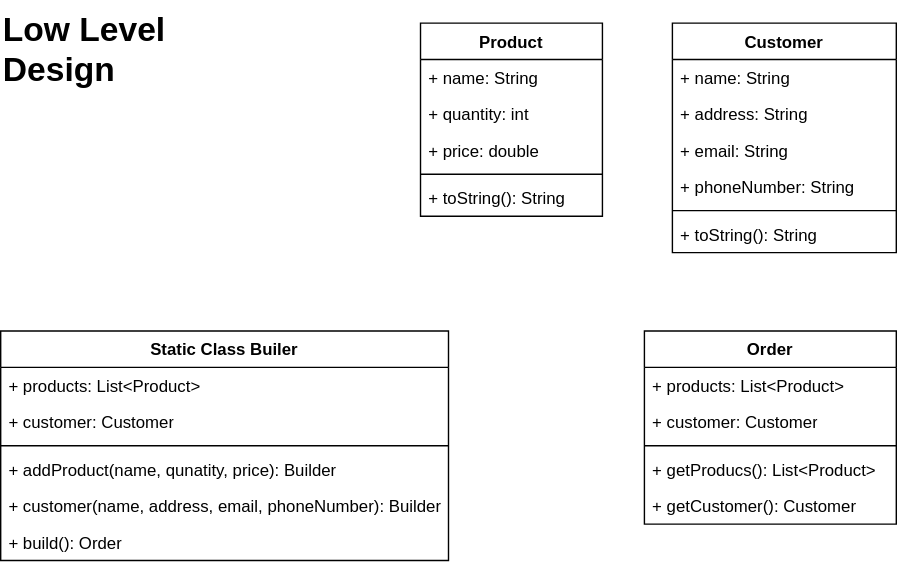
The draw.io diagram OnlineShoppingSystem.drawio.svg in uchiharizvi/design-diagrams, before a commit. Source tidied: cells renumbered, new cells last; positions are measured from the earlier drawing's top-left corner, leaving out a move shared by most shapes. Source of this version:
```xml
<mxGraphModel>
  <root>
    <mxCell id="0" />
    <mxCell id="1" parent="0" />
    <mxCell id="2" value="&lt;h1 style=&quot;margin-top: 0px;&quot;&gt;Low Level Design&lt;/h1&gt;&lt;p&gt;&lt;br&gt;&lt;/p&gt;" style="text;html=1;whiteSpace=wrap;overflow=hidden;rounded=0;" parent="1" vertex="1">
      <mxGeometry width="180" height="66" as="geometry" />
    </mxCell>
    <mxCell id="3" value="Static Class Builer" style="swimlane;fontStyle=1;align=center;verticalAlign=top;horizontal=1;startSize=26;whiteSpace=wrap;html=1;" parent="1" vertex="1">
      <mxGeometry y="236" width="320" height="164" as="geometry" />
    </mxCell>
    <mxCell id="4" value="+ products: List&amp;lt;Product&amp;gt;" style="text;strokeColor=none;fillColor=none;align=left;verticalAlign=top;spacingLeft=4;spacingRight=4;overflow=hidden;whiteSpace=wrap;html=1;" parent="3" vertex="1">
      <mxGeometry y="26" width="320" height="26" as="geometry" />
    </mxCell>
    <mxCell id="5" value="+ customer: Customer" style="text;strokeColor=none;fillColor=none;align=left;verticalAlign=top;spacingLeft=4;spacingRight=4;overflow=hidden;whiteSpace=wrap;html=1;" parent="3" vertex="1">
      <mxGeometry y="52" width="320" height="26" as="geometry" />
    </mxCell>
    <mxCell id="6" style="line;strokeWidth=1;fillColor=none;align=left;verticalAlign=middle;spacingTop=-1;spacingLeft=3;spacingRight=3;labelPosition=right;strokeColor=inherit;" parent="3" vertex="1">
      <mxGeometry y="78" width="320" height="8" as="geometry" />
    </mxCell>
    <mxCell id="7" value="+ addProduct(name, qunatity, price): Builder" style="text;strokeColor=none;fillColor=none;align=left;verticalAlign=top;spacingLeft=4;spacingRight=4;overflow=hidden;points=[[0,0.5],[1,0.5]];portConstraint=eastwest;whiteSpace=wrap;html=1;" parent="3" vertex="1">
      <mxGeometry y="86" width="320" height="26" as="geometry" />
    </mxCell>
    <mxCell id="8" value="+ customer(name, address, email, phoneNumber): Builder" style="text;strokeColor=none;fillColor=none;align=left;verticalAlign=top;spacingLeft=4;spacingRight=4;overflow=hidden;points=[[0,0.5],[1,0.5]];portConstraint=eastwest;whiteSpace=wrap;html=1;" parent="3" vertex="1">
      <mxGeometry y="112" width="320" height="26" as="geometry" />
    </mxCell>
    <mxCell id="9" value="+ build(): Order" style="text;strokeColor=none;fillColor=none;align=left;verticalAlign=top;spacingLeft=4;spacingRight=4;overflow=hidden;points=[[0,0.5],[1,0.5]];portConstraint=eastwest;whiteSpace=wrap;html=1;" parent="3" vertex="1">
      <mxGeometry y="138" width="320" height="26" as="geometry" />
    </mxCell>
    <mxCell id="10" value="Product" style="swimlane;fontStyle=1;align=center;verticalAlign=top;horizontal=1;startSize=26;whiteSpace=wrap;html=1;" parent="1" vertex="1">
      <mxGeometry x="300" y="16" width="130" height="138" as="geometry" />
    </mxCell>
    <mxCell id="11" value="+ name: String" style="text;strokeColor=none;fillColor=none;align=left;verticalAlign=top;spacingLeft=4;spacingRight=4;overflow=hidden;whiteSpace=wrap;html=1;" parent="10" vertex="1">
      <mxGeometry y="26" width="130" height="26" as="geometry" />
    </mxCell>
    <mxCell id="12" value="+ quantity: int" style="text;strokeColor=none;fillColor=none;align=left;verticalAlign=top;spacingLeft=4;spacingRight=4;overflow=hidden;whiteSpace=wrap;html=1;" parent="10" vertex="1">
      <mxGeometry y="52" width="130" height="26" as="geometry" />
    </mxCell>
    <mxCell id="13" value="+ price: double" style="text;strokeColor=none;fillColor=none;align=left;verticalAlign=top;spacingLeft=4;spacingRight=4;overflow=hidden;points=[[0,0.5],[1,0.5]];portConstraint=eastwest;whiteSpace=wrap;html=1;" parent="10" vertex="1">
      <mxGeometry y="78" width="130" height="26" as="geometry" />
    </mxCell>
    <mxCell id="14" style="line;strokeWidth=1;fillColor=none;align=left;verticalAlign=middle;spacingTop=-1;spacingLeft=3;spacingRight=3;labelPosition=right;strokeColor=inherit;" parent="10" vertex="1">
      <mxGeometry y="104" width="130" height="8" as="geometry" />
    </mxCell>
    <mxCell id="15" value="+ toString(): String" style="text;strokeColor=none;fillColor=none;align=left;verticalAlign=top;spacingLeft=4;spacingRight=4;overflow=hidden;points=[[0,0.5],[1,0.5]];portConstraint=eastwest;whiteSpace=wrap;html=1;" parent="10" vertex="1">
      <mxGeometry y="112" width="130" height="26" as="geometry" />
    </mxCell>
    <mxCell id="16" value="Customer" style="swimlane;fontStyle=1;align=center;verticalAlign=top;horizontal=1;startSize=26;whiteSpace=wrap;html=1;" parent="1" vertex="1">
      <mxGeometry x="480" y="16" width="160" height="164" as="geometry" />
    </mxCell>
    <mxCell id="17" value="+ name: String" style="text;strokeColor=none;fillColor=none;align=left;verticalAlign=top;spacingLeft=4;spacingRight=4;overflow=hidden;whiteSpace=wrap;html=1;" parent="16" vertex="1">
      <mxGeometry y="26" width="160" height="26" as="geometry" />
    </mxCell>
    <mxCell id="18" value="+ address: String" style="text;strokeColor=none;fillColor=none;align=left;verticalAlign=top;spacingLeft=4;spacingRight=4;overflow=hidden;whiteSpace=wrap;html=1;" parent="16" vertex="1">
      <mxGeometry y="52" width="160" height="26" as="geometry" />
    </mxCell>
    <mxCell id="19" value="+ email: String" style="text;strokeColor=none;fillColor=none;align=left;verticalAlign=top;spacingLeft=4;spacingRight=4;overflow=hidden;points=[[0,0.5],[1,0.5]];portConstraint=eastwest;whiteSpace=wrap;html=1;" parent="16" vertex="1">
      <mxGeometry y="78" width="160" height="26" as="geometry" />
    </mxCell>
    <mxCell id="20" value="+ phoneNumber: String" style="text;strokeColor=none;fillColor=none;align=left;verticalAlign=top;spacingLeft=4;spacingRight=4;overflow=hidden;whiteSpace=wrap;html=1;" parent="16" vertex="1">
      <mxGeometry y="104" width="160" height="26" as="geometry" />
    </mxCell>
    <mxCell id="21" style="line;strokeWidth=1;fillColor=none;align=left;verticalAlign=middle;spacingTop=-1;spacingLeft=3;spacingRight=3;labelPosition=right;strokeColor=inherit;" parent="16" vertex="1">
      <mxGeometry y="130" width="160" height="8" as="geometry" />
    </mxCell>
    <mxCell id="22" value="+ toString(): String" style="text;strokeColor=none;fillColor=none;align=left;verticalAlign=top;spacingLeft=4;spacingRight=4;overflow=hidden;points=[[0,0.5],[1,0.5]];portConstraint=eastwest;whiteSpace=wrap;html=1;" parent="16" vertex="1">
      <mxGeometry y="138" width="160" height="26" as="geometry" />
    </mxCell>
    <mxCell id="23" value="Order" style="swimlane;fontStyle=1;align=center;verticalAlign=top;horizontal=1;startSize=26;whiteSpace=wrap;html=1;" parent="1" vertex="1">
      <mxGeometry x="460" y="236" width="180" height="138" as="geometry" />
    </mxCell>
    <mxCell id="24" value="+ products: List&amp;lt;Product&amp;gt;" style="text;strokeColor=none;fillColor=none;align=left;verticalAlign=top;spacingLeft=4;spacingRight=4;overflow=hidden;whiteSpace=wrap;html=1;" parent="23" vertex="1">
      <mxGeometry y="26" width="180" height="26" as="geometry" />
    </mxCell>
    <mxCell id="25" value="+ customer: Customer" style="text;strokeColor=none;fillColor=none;align=left;verticalAlign=top;spacingLeft=4;spacingRight=4;overflow=hidden;points=[[0,0.5],[1,0.5]];portConstraint=eastwest;whiteSpace=wrap;html=1;" parent="23" vertex="1">
      <mxGeometry y="52" width="180" height="26" as="geometry" />
    </mxCell>
    <mxCell id="26" style="line;strokeWidth=1;fillColor=none;align=left;verticalAlign=middle;spacingTop=-1;spacingLeft=3;spacingRight=3;labelPosition=right;strokeColor=inherit;" parent="23" vertex="1">
      <mxGeometry y="78" width="180" height="8" as="geometry" />
    </mxCell>
    <mxCell id="27" value="+ getProducs(): List&amp;lt;Product&amp;gt;" style="text;strokeColor=none;fillColor=none;align=left;verticalAlign=top;spacingLeft=4;spacingRight=4;overflow=hidden;points=[[0,0.5],[1,0.5]];portConstraint=eastwest;whiteSpace=wrap;html=1;" parent="23" vertex="1">
      <mxGeometry y="86" width="180" height="26" as="geometry" />
    </mxCell>
    <mxCell id="28" value="+ getCustomer(): Customer" style="text;strokeColor=none;fillColor=none;align=left;verticalAlign=top;spacingLeft=4;spacingRight=4;overflow=hidden;points=[[0,0.5],[1,0.5]];portConstraint=eastwest;whiteSpace=wrap;html=1;" parent="23" vertex="1">
      <mxGeometry y="112" width="180" height="26" as="geometry" />
    </mxCell>
  </root>
</mxGraphModel>
```
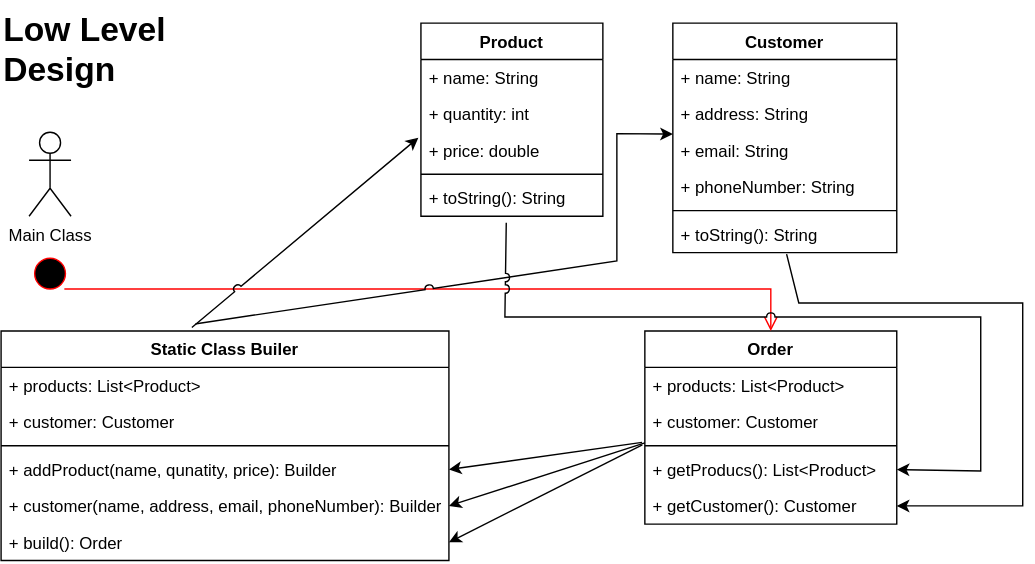
Later version of the same file.

Diff of the diagram source:
```diff
@@ -83,5 +83,59 @@
     <mxCell id="28" value="+ getCustomer(): Customer" style="text;strokeColor=none;fillColor=none;align=left;verticalAlign=top;spacingLeft=4;spacingRight=4;overflow=hidden;points=[[0,0.5],[1,0.5]];portConstraint=eastwest;whiteSpace=wrap;html=1;" parent="23" vertex="1">
       <mxGeometry y="112" width="180" height="26" as="geometry" />
     </mxCell>
+    <mxCell id="29" value="Main Class" style="shape=umlActor;verticalLabelPosition=bottom;verticalAlign=top;html=1;" parent="1" vertex="1">
+      <mxGeometry x="20" y="94" width="30" height="60" as="geometry" />
+    </mxCell>
+    <mxCell id="30" style="ellipse;html=1;shape=startState;fillColor=#000000;strokeColor=#ff0000;" parent="1" vertex="1">
+      <mxGeometry x="20" y="180" width="30" height="30" as="geometry" />
+    </mxCell>
+    <mxCell id="31" style="edgeStyle=orthogonalEdgeStyle;html=1;verticalAlign=bottom;endArrow=open;endSize=8;strokeColor=#ff0000;rounded=0;entryX=0.5;entryY=0;entryDx=0;entryDy=0;" parent="1" edge="1" source="30" target="23">
+      <mxGeometry relative="1" as="geometry">
+        <Array as="points">
+          <mxPoint x="90" y="206" />
+          <mxPoint x="550" y="206" />
+        </Array>
+      </mxGeometry>
+    </mxCell>
+    <mxCell id="32" style="endArrow=classic;html=1;rounded=0;exitX=-0.011;exitY=1.062;exitDx=0;exitDy=0;exitPerimeter=0;entryX=1;entryY=0.5;entryDx=0;entryDy=0;" parent="1" edge="1" source="25" target="7">
+      <mxGeometry relative="1" as="geometry" />
+    </mxCell>
+    <mxCell id="33" style="endArrow=classic;html=1;rounded=0;entryX=1;entryY=0.5;entryDx=0;entryDy=0;" parent="1" edge="1" target="8">
+      <mxGeometry relative="1" as="geometry">
+        <mxPoint x="460" y="316" as="sourcePoint" />
+      </mxGeometry>
+    </mxCell>
+    <mxCell id="34" style="endArrow=classic;html=1;rounded=0;entryX=1;entryY=0.5;entryDx=0;entryDy=0;exitX=-0.01;exitY=-0.178;exitDx=0;exitDy=0;exitPerimeter=0;" parent="1" edge="1" source="27" target="9">
+      <mxGeometry relative="1" as="geometry" />
+    </mxCell>
+    <mxCell id="35" style="endArrow=classic;html=1;rounded=0;entryX=-0.014;entryY=0.148;entryDx=0;entryDy=0;entryPerimeter=0;jumpStyle=arc;exitX=0.426;exitY=-0.015;exitDx=0;exitDy=0;exitPerimeter=0;" parent="1" edge="1" source="3" target="13">
+      <mxGeometry relative="1" as="geometry" />
+    </mxCell>
+    <mxCell id="36" style="endArrow=classic;html=1;rounded=0;entryX=0;entryY=0.049;entryDx=0;entryDy=0;entryPerimeter=0;jumpStyle=arc;exitX=0.434;exitY=-0.031;exitDx=0;exitDy=0;exitPerimeter=0;" parent="1" edge="1" source="3" target="19">
+      <mxGeometry relative="1" as="geometry">
+        <Array as="points">
+          <mxPoint x="440" y="186" />
+          <mxPoint x="440" y="95" />
+        </Array>
+      </mxGeometry>
+    </mxCell>
+    <mxCell id="37" style="endArrow=classic;html=1;rounded=0;exitX=0.469;exitY=1.178;exitDx=0;exitDy=0;exitPerimeter=0;entryX=1;entryY=0.5;entryDx=0;entryDy=0;jumpStyle=arc;" parent="1" edge="1" source="15" target="27">
+      <mxGeometry relative="1" as="geometry">
+        <Array as="points">
+          <mxPoint x="360" y="226" />
+          <mxPoint x="700" y="226" />
+          <mxPoint x="700" y="336" />
+        </Array>
+      </mxGeometry>
+    </mxCell>
+    <mxCell id="38" style="endArrow=classic;html=1;rounded=0;exitX=0.508;exitY=1.04;exitDx=0;exitDy=0;exitPerimeter=0;entryX=1;entryY=0.5;entryDx=0;entryDy=0;" parent="1" edge="1" source="22" target="28">
+      <mxGeometry relative="1" as="geometry">
+        <Array as="points">
+          <mxPoint x="570" y="216" />
+          <mxPoint x="730" y="216" />
+          <mxPoint x="730" y="361" />
+        </Array>
+      </mxGeometry>
+    </mxCell>
   </root>
 </mxGraphModel>
```
